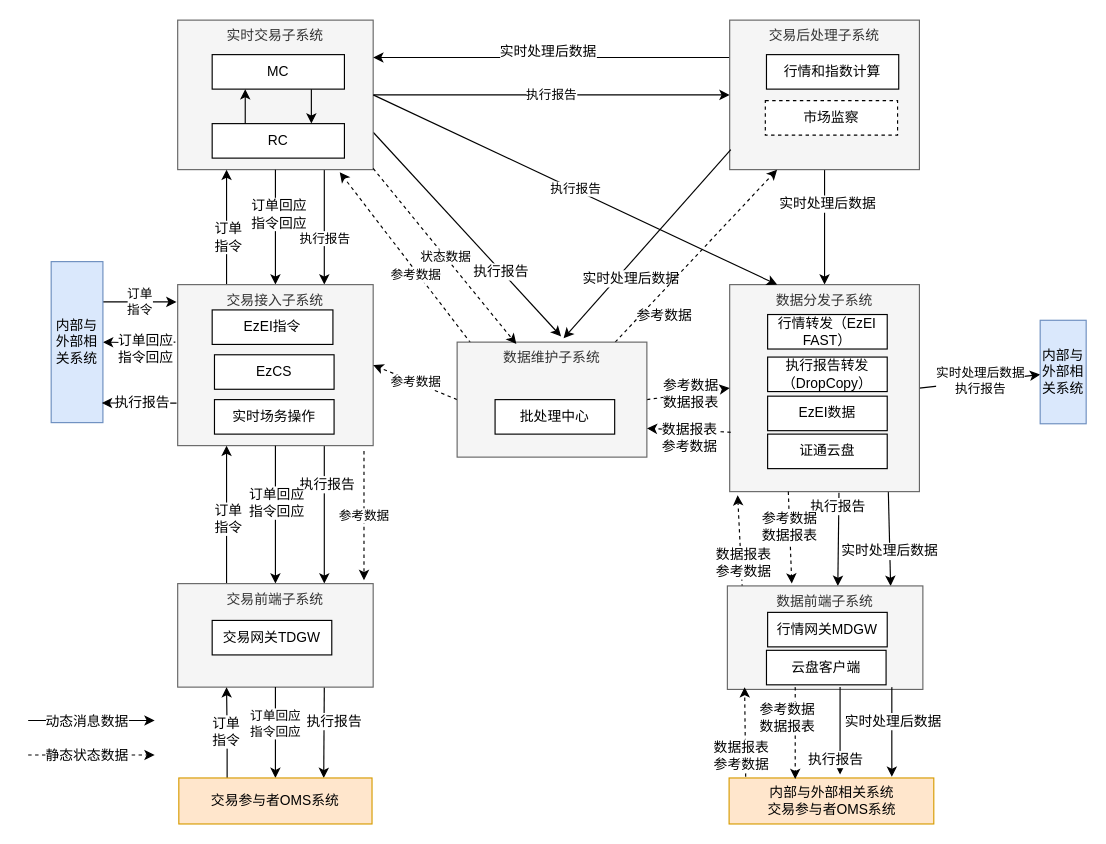
The draw.io diagram page "Data Flow1" (8 of 9) of 交易系统升级流图 (2).drawio in gotrade/gotrade, before the edit. Source tidied: cells renumbered, new cells numbered last; positions are measured from the earlier drawing's top-left corner, leaving out a move shared by most shapes. Both pictures are drawn from the tidied source at 115%, with x=0, y=0 at pixel (28, 20).
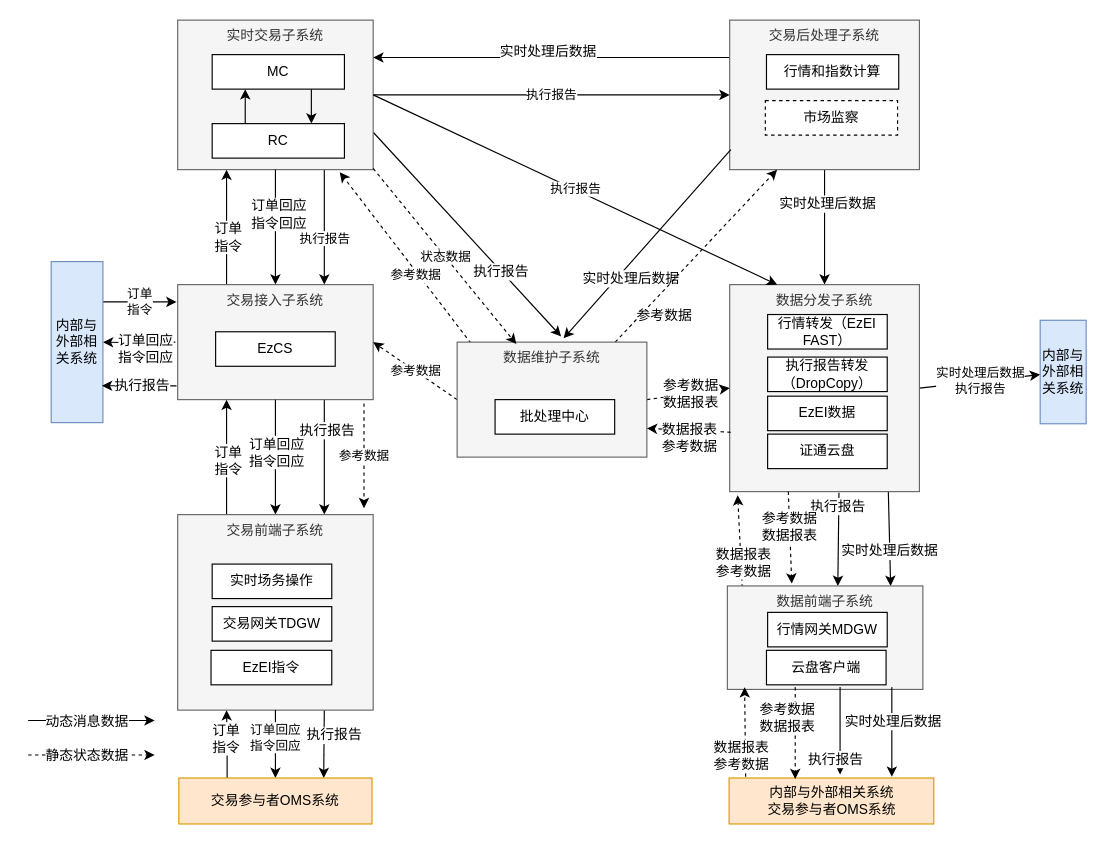
The same diagram, later.

Commit message:
Update 交易系统升级流图 (2).drawio

Unchanged cells that the change refers to:
```xml
<mxCell id="60" value="内部与外部相关系统" style="rounded=0;whiteSpace=wrap;html=1;align=center;fillColor=#dae8fc;strokeColor=#6c8ebf;" parent="1" vertex="1">
  <mxGeometry x="20" y="210" width="45" height="140" as="geometry" />
</mxCell>
```

The edit, as a diff of the source:
```diff
@@
     <mxCell id="15" value="交易接入子系统" style="rounded=0;whiteSpace=wrap;html=1;align=center;fillColor=#f5f5f5;strokeColor=#666666;fontColor=#333333;verticalAlign=top;" parent="1" vertex="1">
-      <mxGeometry x="130" y="230" width="170" height="140" as="geometry" />
+      <mxGeometry x="130" y="230" width="170" height="100" as="geometry" />
     </mxCell>
@@
     <mxCell id="35" value="交易前端子系统" style="rounded=0;whiteSpace=wrap;html=1;align=center;fillColor=#f5f5f5;strokeColor=#666666;fontColor=#333333;verticalAlign=top;" parent="1" vertex="1">
-      <mxGeometry x="130" y="490" width="170" height="90" as="geometry" />
+      <mxGeometry x="130" y="430" width="170" height="170" as="geometry" />
     </mxCell>
@@
-    <mxCell id="62" style="edgeStyle=none;rounded=0;jettySize=auto;html=1;entryX=0.979;entryY=0.878;entryDx=0;entryDy=0;entryPerimeter=0;" parent="1" edge="1" target="60">
+    <mxCell id="62" style="edgeStyle=none;rounded=0;orthogonalLoop=1;jettySize=auto;html=1;entryX=0.979;entryY=0.878;entryDx=0;entryDy=0;entryPerimeter=0;" parent="1" edge="1">
       <mxGeometry relative="1" as="geometry">
-        <mxPoint x="129" y="333" as="sourcePoint" />
+        <mxPoint x="129" y="318" as="sourcePoint" />
+        <mxPoint x="64.1" y="317.9" as="targetPoint" />
       </mxGeometry>
     </mxCell>
@@
     <mxCell id="80" value="EzEI指令&lt;br&gt;" style="rounded=0;whiteSpace=wrap;html=1;align=center;" parent="1" vertex="1">
-      <mxGeometry x="160" y="252" width="105" height="30" as="geometry" />
+      <mxGeometry x="159" y="548" width="105" height="30" as="geometry" />
     </mxCell>
     <mxCell id="81" value="EzCS" style="rounded=0;whiteSpace=wrap;html=1;align=center;" parent="1" vertex="1">
-      <mxGeometry x="162" y="291" width="104" height="30" as="geometry" />
+      <mxGeometry x="163" y="271" width="104" height="30" as="geometry" />
     </mxCell>
     <mxCell id="82" value="实时场务操作" style="rounded=0;whiteSpace=wrap;html=1;align=center;" parent="1" vertex="1">
-      <mxGeometry x="162" y="330" width="104" height="30" as="geometry" />
+      <mxGeometry x="160" y="473" width="104" height="30" as="geometry" />
     </mxCell>
     <mxCell id="83" value="交易网关TDGW" style="rounded=0;whiteSpace=wrap;html=1;align=center;" parent="1" vertex="1">
-      <mxGeometry x="160" y="522" width="104" height="30" as="geometry" />
+      <mxGeometry x="160" y="510" width="104" height="30" as="geometry" />
     </mxCell>
```
